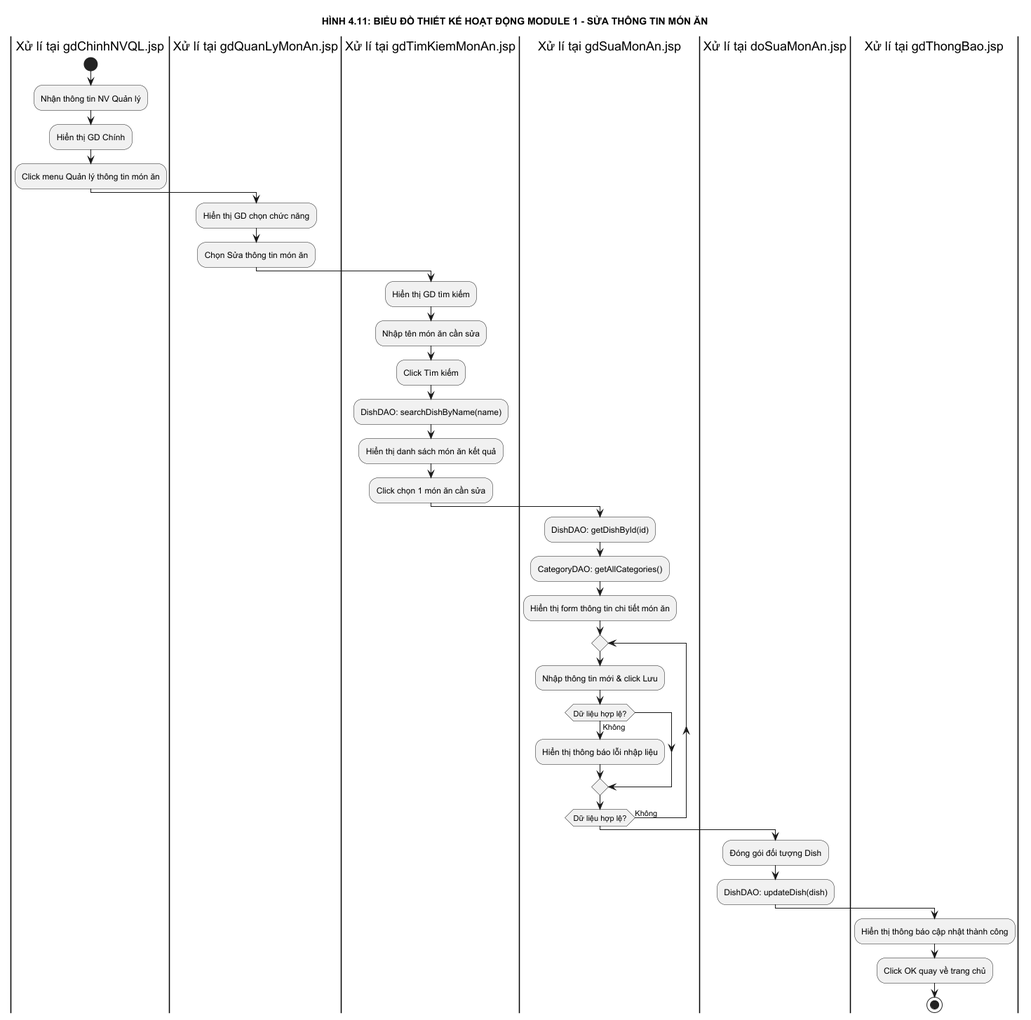
The PlantUML diagram docs/diagrams/Design_05a_Module1_Activity.png in NEWBIE1005/RMS_RestaurantManagementSystem, before a commit.
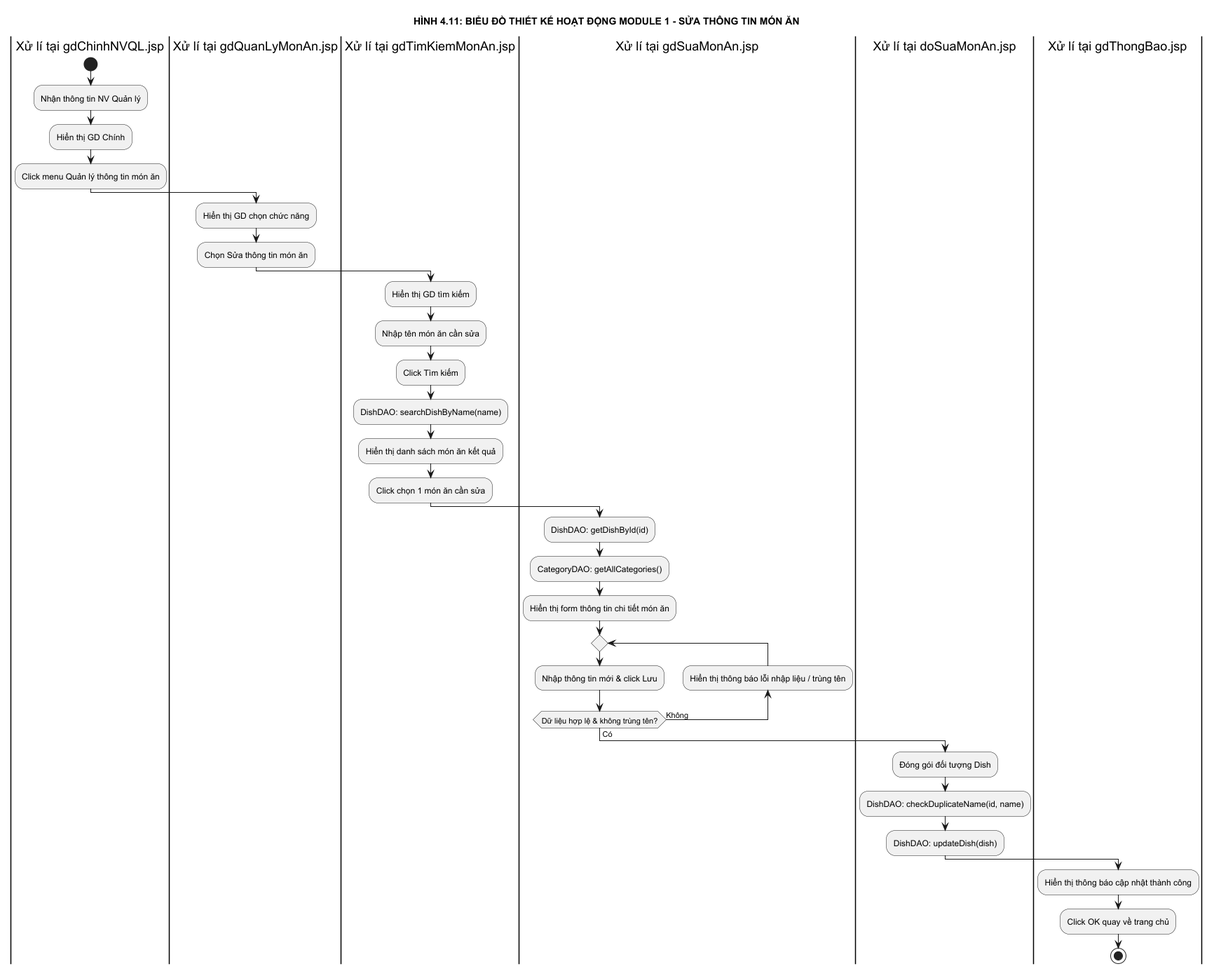
The same file after the commit.

Change to the diagram source:
```diff
@@ -28,13 +28,12 @@
 :Hiển thị form thông tin chi tiết món ăn;
 repeat
   :Nhập thông tin mới & click Lưu;
-  if (Dữ liệu hợp lệ?) then (Không)
-    :Hiển thị thông báo lỗi nhập liệu;
-  endif
-repeat while (Dữ liệu hợp lệ?) is (Không)
+  backward :Hiển thị thông báo lỗi nhập liệu / trùng tên;
+repeat while (Dữ liệu hợp lệ & không trùng tên?) is (Không) not (Có)
 
 |Xử lí tại doSuaMonAn.jsp|
 :Đóng gói đối tượng Dish;
+:DishDAO: checkDuplicateName(id, name);
 :DishDAO: updateDish(dish);
 
 |Xử lí tại gdThongBao.jsp|
```
